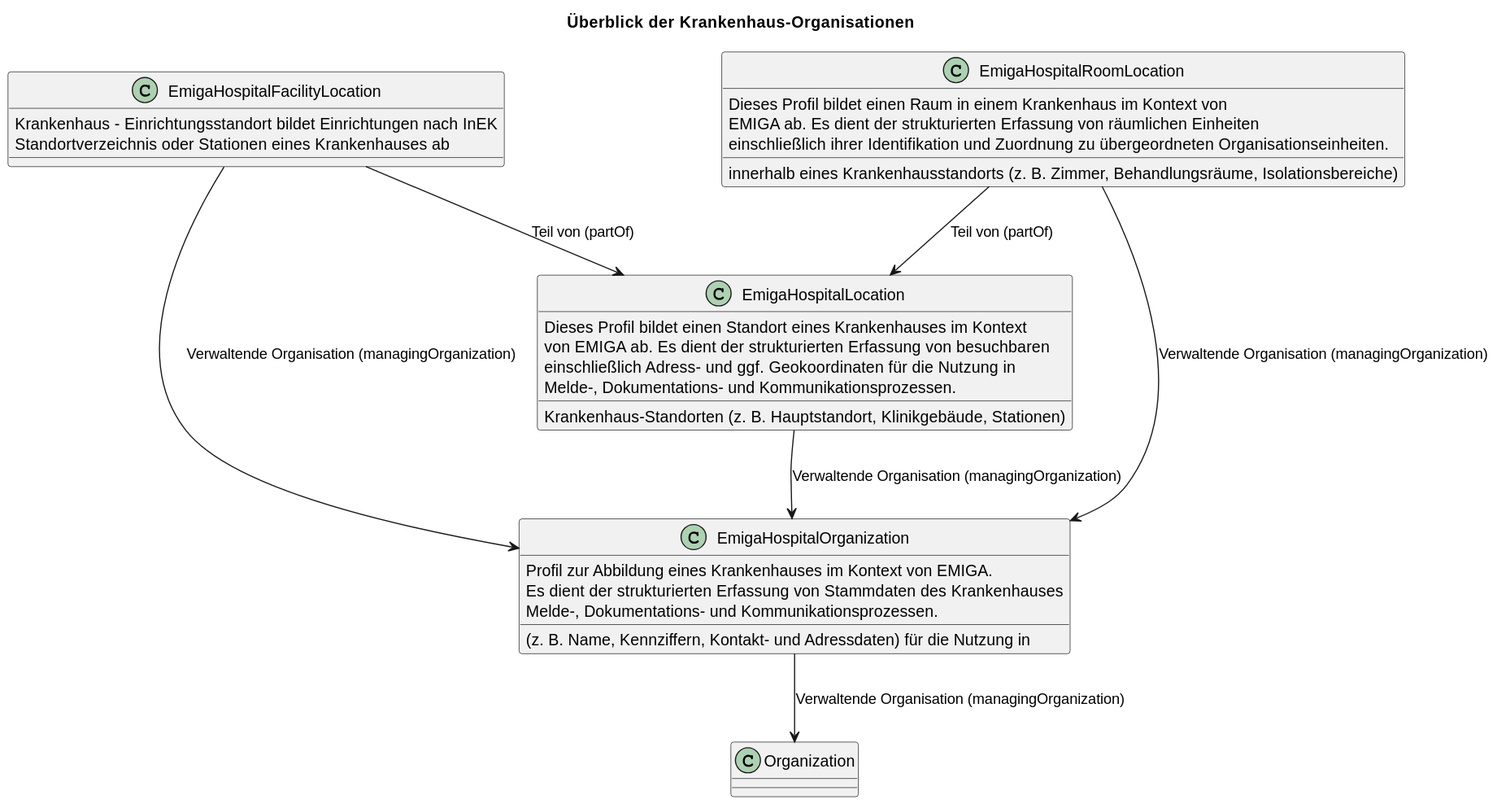
This is rki.emiga.vzd/guides/implementationguides.vzd/PlantUML/SVGs/HospitalOverview.svg from robert-koch-institut/rki.emiga.vzd, a PlantUML export, as it was before one commit. Source of this version:
```plantuml
@startuml
title Überblick der Krankenhaus-Organisationen

class EmigaHospitalFacilityLocation{
Krankenhaus - Einrichtungsstandort bildet Einrichtungen nach InEK
Standortverzeichnis oder Stationen eines Krankenhauses ab
}
class EmigaHospitalLocation{
Dieses Profil bildet einen Standort eines Krankenhauses im Kontext
von EMIGA ab. Es dient der strukturierten Erfassung von besuchbaren
Krankenhaus-Standorten (z. B. Hauptstandort, Klinikgebäude, Stationen)
einschließlich Adress- und ggf. Geokoordinaten für die Nutzung in
Melde-, Dokumentations- und Kommunikationsprozessen.
}
class EmigaHospitalOrganization{
Profil zur Abbildung eines Krankenhauses im Kontext von EMIGA.
Es dient der strukturierten Erfassung von Stammdaten des Krankenhauses
(z. B. Name, Kennziffern, Kontakt- und Adressdaten) für die Nutzung in
Melde-, Dokumentations- und Kommunikationsprozessen.
}
class EmigaHospitalRoomLocation{
Dieses Profil bildet einen Raum in einem Krankenhaus im Kontext von
EMIGA ab. Es dient der strukturierten Erfassung von räumlichen Einheiten
innerhalb eines Krankenhausstandorts (z. B. Zimmer, Behandlungsräume, Isolationsbereiche)
einschließlich ihrer Identifikation und Zuordnung zu übergeordneten Organisationseinheiten.
}

EmigaHospitalRoomLocation --> EmigaHospitalOrganization : Verwaltende Organisation (managingOrganization)
EmigaHospitalRoomLocation --> EmigaHospitalLocation: Teil von (partOf)
EmigaHospitalOrganization --> Organization : Verwaltende Organisation (managingOrganization)
EmigaHospitalLocation --> EmigaHospitalOrganization : Verwaltende Organisation (managingOrganization)
EmigaHospitalFacilityLocation --> EmigaHospitalOrganization : Verwaltende Organisation (managingOrganization)
EmigaHospitalFacilityLocation --> EmigaHospitalLocation: Teil von (partOf)
@enduml
```
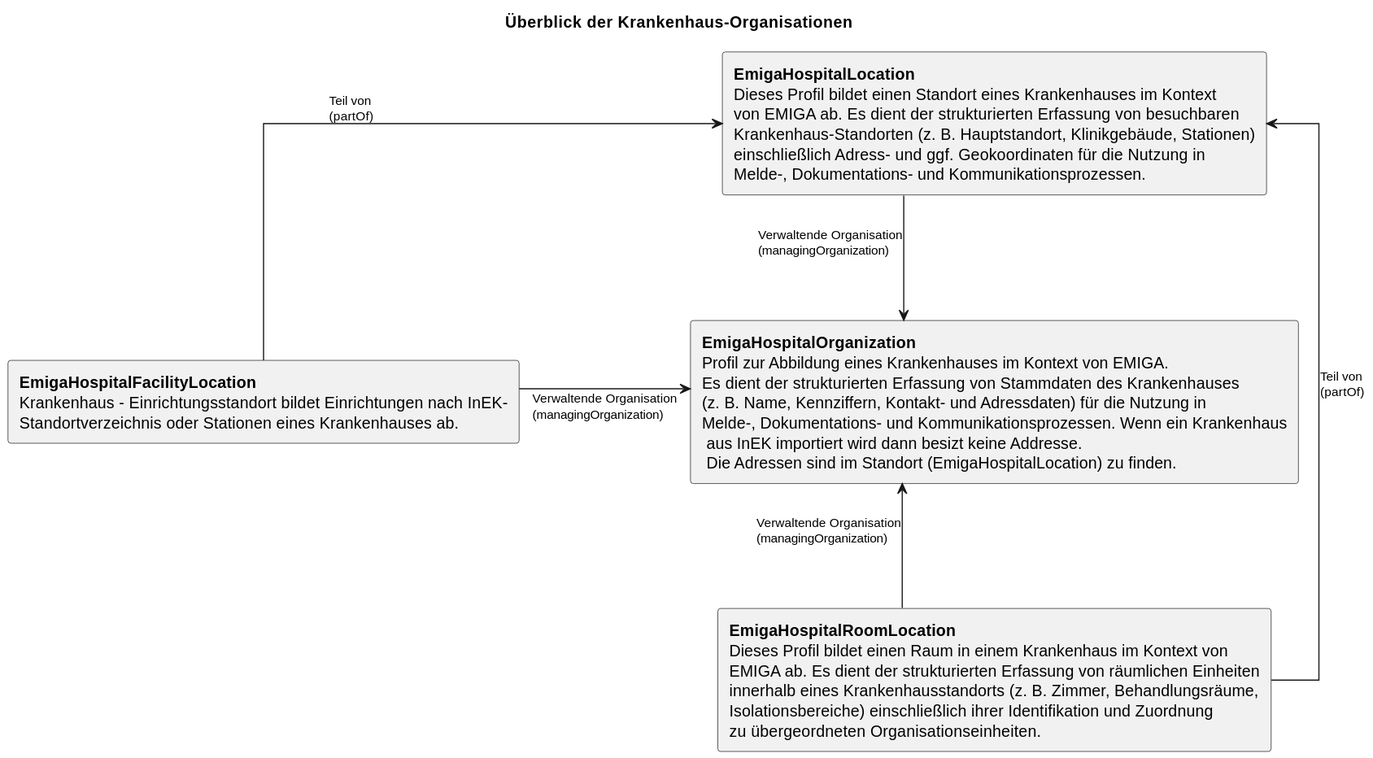
After the commit.

The edit, as a diff of the source:
```diff
@@ -1,34 +1,42 @@
 @startuml
 title Überblick der Krankenhaus-Organisationen
 
-class EmigaHospitalFacilityLocation{
-Krankenhaus - Einrichtungsstandort bildet Einrichtungen nach InEK
-Standortverzeichnis oder Stationen eines Krankenhauses ab
-}
-class EmigaHospitalLocation{
-Dieses Profil bildet einen Standort eines Krankenhauses im Kontext
-von EMIGA ab. Es dient der strukturierten Erfassung von besuchbaren
-Krankenhaus-Standorten (z. B. Hauptstandort, Klinikgebäude, Stationen)
-einschließlich Adress- und ggf. Geokoordinaten für die Nutzung in
-Melde-, Dokumentations- und Kommunikationsprozessen.
-}
-class EmigaHospitalOrganization{
-Profil zur Abbildung eines Krankenhauses im Kontext von EMIGA.
-Es dient der strukturierten Erfassung von Stammdaten des Krankenhauses
-(z. B. Name, Kennziffern, Kontakt- und Adressdaten) für die Nutzung in
-Melde-, Dokumentations- und Kommunikationsprozessen.
-}
-class EmigaHospitalRoomLocation{
-Dieses Profil bildet einen Raum in einem Krankenhaus im Kontext von
-EMIGA ab. Es dient der strukturierten Erfassung von räumlichen Einheiten
-innerhalb eines Krankenhausstandorts (z. B. Zimmer, Behandlungsräume, Isolationsbereiche)
-einschließlich ihrer Identifikation und Zuordnung zu übergeordneten Organisationseinheiten.
-}
+top to bottom direction
 
-EmigaHospitalRoomLocation --> EmigaHospitalOrganization : Verwaltende Organisation (managingOrganization)
-EmigaHospitalRoomLocation --> EmigaHospitalLocation: Teil von (partOf)
-EmigaHospitalOrganization --> Organization : Verwaltende Organisation (managingOrganization)
-EmigaHospitalLocation --> EmigaHospitalOrganization : Verwaltende Organisation (managingOrganization)
-EmigaHospitalFacilityLocation --> EmigaHospitalOrganization : Verwaltende Organisation (managingOrganization)
-EmigaHospitalFacilityLocation --> EmigaHospitalLocation: Teil von (partOf)
+skinparam shadowing false
+skinparam linetype ortho
+skinparam defaultTextAlignment left
+skinparam ArrowFontSize 11
+
+skinparam nodesep 150
+skinparam ranksep 110
+
+
+rectangle "**EmigaHospitalFacilityLocation**\nKrankenhaus - Einrichtungsstandort bildet Einrichtungen nach InEK-\nStandortverzeichnis oder Stationen eines Krankenhauses ab." as EmigaHospitalFacilityLocation
+
+rectangle "**EmigaHospitalLocation**\nDieses Profil bildet einen Standort eines Krankenhauses im Kontext\nvon EMIGA ab. Es dient der strukturierten Erfassung von besuchbaren\nKrankenhaus-Standorten (z. B. Hauptstandort, Klinikgebäude, Stationen)\neinschließlich Adress- und ggf. Geokoordinaten für die Nutzung in\nMelde-, Dokumentations- und Kommunikationsprozessen." as EmigaHospitalLocation
+
+rectangle "**EmigaHospitalOrganization**\nProfil zur Abbildung eines Krankenhauses im Kontext von EMIGA.\nEs dient der strukturierten Erfassung von Stammdaten des Krankenhauses\n(z. B. Name, Kennziffern, Kontakt- und Adressdaten) für die Nutzung in\nMelde-, Dokumentations- und Kommunikationsprozessen. Wenn ein Krankenhaus\n aus InEK importiert wird dann besizt keine Addresse.\n Die Adressen sind im Standort (EmigaHospitalLocation) zu finden." as EmigaHospitalOrganization
+
+rectangle "**EmigaHospitalRoomLocation**\nDieses Profil bildet einen Raum in einem Krankenhaus im Kontext von\nEMIGA ab. Es dient der strukturierten Erfassung von räumlichen Einheiten\ninnerhalb eines Krankenhausstandorts (z. B. Zimmer, Behandlungsräume,\nIsolationsbereiche) einschließlich ihrer Identifikation und Zuordnung\nzu übergeordneten Organisationseinheiten." as EmigaHospitalRoomLocation
+
+
+
+EmigaHospitalLocation -[hidden]down- EmigaHospitalOrganization
+
+EmigaHospitalFacilityLocation -[hidden]right- EmigaHospitalOrganization
+EmigaHospitalOrganization -[hidden]right- EmigaHospitalRoomLocation
+
+
+
+EmigaHospitalFacilityLocation -right-> EmigaHospitalOrganization : Verwaltende Organisation\n(managingOrganization)
+
+EmigaHospitalRoomLocation -up-> EmigaHospitalOrganization : Verwaltende Organisation\n(managingOrganization)
+
+EmigaHospitalLocation -down-> EmigaHospitalOrganization : Verwaltende Organisation\n(managingOrganization)
+
+
+EmigaHospitalFacilityLocation -up-> EmigaHospitalLocation : Teil von\n(partOf)
+
+EmigaHospitalRoomLocation -up-> EmigaHospitalLocation : Teil von\n(partOf)
 @enduml
```
